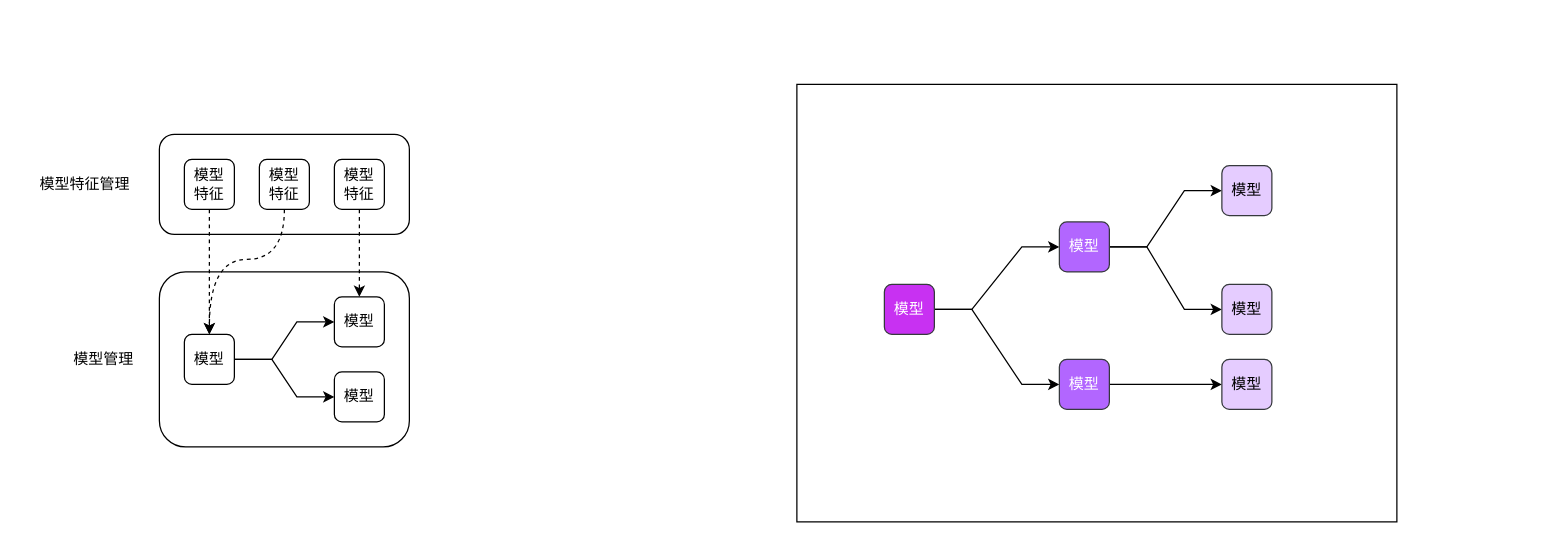
The draw.io diagram 平台架构.drawio in 999V/draw, before the edit. Source tidied: cells renumbered, new cells numbered last; positions are measured from the earlier drawing's top-left corner, leaving out a move shared by most shapes. Both pictures are drawn from the tidied source at 125%, with x=0, y=0 at pixel (21, 84).
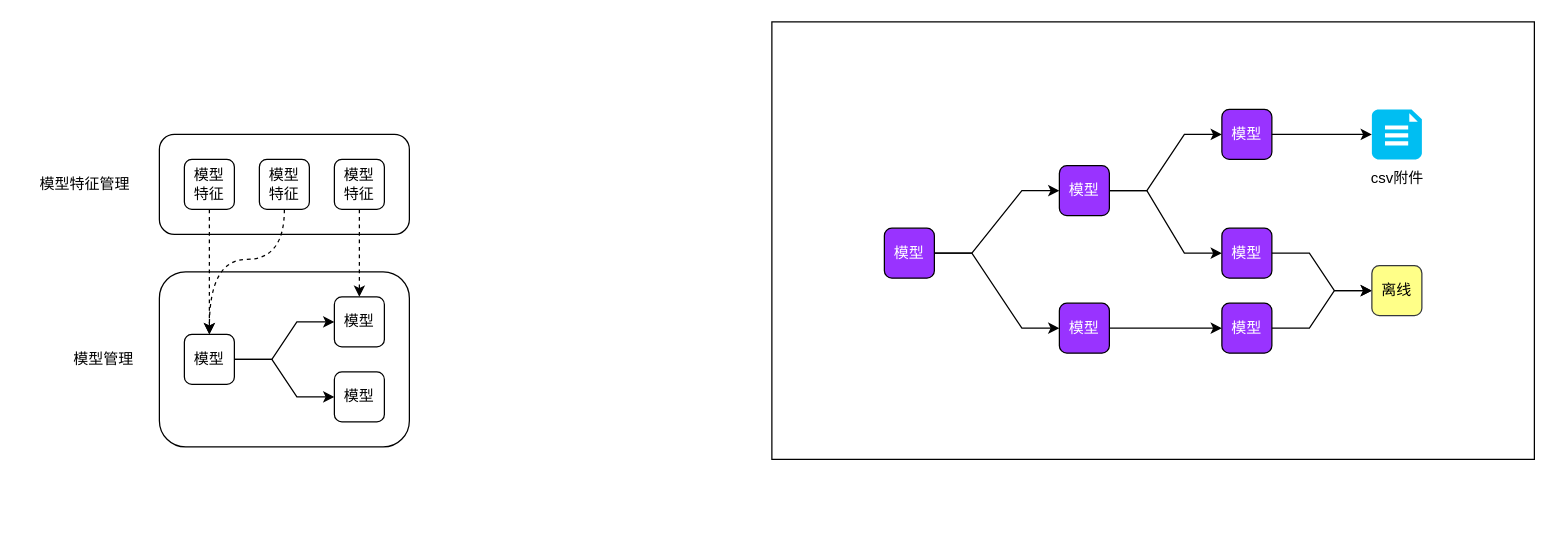
The same page after the edit.

Commit message:
更新平台架构.drawio

Diff of the diagram source:
```diff
@@
     <mxCell id="17" style="rounded=0;whiteSpace=wrap;html=1;" parent="1" vertex="1">
-      <mxGeometry x="620" width="480" height="350" as="geometry" />
+      <mxGeometry x="600" y="-50" width="610" height="350" as="geometry" />
     </mxCell>
-    <mxCell id="18" style="edgeStyle=entityRelationEdgeStyle;rounded=0;jettySize=auto;html=1;exitX=1;exitY=0.5;exitDx=0;exitDy=0;entryX=0;entryY=0.5;entryDx=0;entryDy=0;fontColor=#FFFFFF;" parent="1" edge="1" source="20" target="23">
+    <mxCell id="18" style="edgeStyle=entityRelationEdgeStyle;rounded=0;jettySize=auto;html=1;exitX=1;exitY=0.5;exitDx=0;exitDy=0;entryX=0;entryY=0.5;entryDx=0;entryDy=0;fontColor=#FFFFFF;strokeColor=#000000;" parent="1" edge="1" source="20" target="23">
       <mxGeometry relative="1" as="geometry" />
     </mxCell>
-    <mxCell id="19" style="edgeStyle=entityRelationEdgeStyle;rounded=0;jettySize=auto;html=1;exitX=1;exitY=0.5;exitDx=0;exitDy=0;entryX=0;entryY=0.5;entryDx=0;entryDy=0;fontColor=#FFFFFF;" parent="1" edge="1" source="20" target="25">
+    <mxCell id="19" style="edgeStyle=entityRelationEdgeStyle;rounded=0;jettySize=auto;html=1;exitX=1;exitY=0.5;exitDx=0;exitDy=0;entryX=0;entryY=0.5;entryDx=0;entryDy=0;fontColor=#FFFFFF;strokeColor=#000000;" parent="1" edge="1" source="20" target="25">
       <mxGeometry relative="1" as="geometry" />
     </mxCell>
-    <mxCell id="20" value="模型" style="rounded=1;whiteSpace=wrap;html=1;fillColor=light-dark(#c831f2, #203a00);strokeColor=#36393d;fontColor=#FFFFFF;" parent="1" vertex="1">
-      <mxGeometry x="690" y="160" width="40" height="40" as="geometry" />
+    <mxCell id="20" value="模型" style="rounded=1;whiteSpace=wrap;html=1;fillColor=light-dark(#9933FF,#212100);strokeColor=#000000;fontColor=#FFFFFF;" parent="1" vertex="1">
+      <mxGeometry x="690" y="115" width="40" height="40" as="geometry" />
     </mxCell>
-    <mxCell id="21" style="edgeStyle=entityRelationEdgeStyle;rounded=0;jettySize=auto;html=1;exitX=1;exitY=0.5;exitDx=0;exitDy=0;entryX=0;entryY=0.5;entryDx=0;entryDy=0;fontColor=#FFFFFF;" parent="1" edge="1" source="23" target="26">
+    <mxCell id="21" style="edgeStyle=entityRelationEdgeStyle;rounded=0;jettySize=auto;html=1;exitX=1;exitY=0.5;exitDx=0;exitDy=0;entryX=0;entryY=0.5;entryDx=0;entryDy=0;fontColor=#FFFFFF;strokeColor=#000000;" parent="1" edge="1" source="23" target="26">
       <mxGeometry relative="1" as="geometry" />
     </mxCell>
-    <mxCell id="22" style="edgeStyle=entityRelationEdgeStyle;rounded=0;jettySize=auto;html=1;exitX=1;exitY=0.5;exitDx=0;exitDy=0;entryX=0;entryY=0.5;entryDx=0;entryDy=0;fontColor=#FFFFFF;" parent="1" edge="1" source="23" target="27">
+    <mxCell id="22" style="edgeStyle=entityRelationEdgeStyle;rounded=0;jettySize=auto;html=1;exitX=1;exitY=0.5;exitDx=0;exitDy=0;entryX=0;entryY=0.5;entryDx=0;entryDy=0;fontColor=#FFFFFF;strokeColor=#000000;" parent="1" edge="1" source="23" target="27">
       <mxGeometry relative="1" as="geometry" />
     </mxCell>
-    <mxCell id="23" value="模型" style="rounded=1;whiteSpace=wrap;html=1;fillColor=light-dark(#B266FF,#182E44);strokeColor=#36393d;fontColor=#FFFFFF;" parent="1" vertex="1">
-      <mxGeometry x="830" y="110" width="40" height="40" as="geometry" />
+    <mxCell id="23" value="模型" style="rounded=1;whiteSpace=wrap;html=1;fillColor=light-dark(#9933FF,#212100);strokeColor=#000000;fontColor=#FFFFFF;" parent="1" vertex="1">
+      <mxGeometry x="830" y="65" width="40" height="40" as="geometry" />
     </mxCell>
-    <mxCell id="24" style="edgeStyle=orthogonalEdgeStyle;rounded=0;jettySize=auto;html=1;exitX=1;exitY=0.5;exitDx=0;exitDy=0;fontColor=#FFFFFF;" parent="1" edge="1" source="25" target="28">
+    <mxCell id="24" style="edgeStyle=orthogonalEdgeStyle;rounded=0;jettySize=auto;html=1;exitX=1;exitY=0.5;exitDx=0;exitDy=0;fontColor=#FFFFFF;strokeColor=#000000;" parent="1" edge="1" source="25" target="28">
       <mxGeometry relative="1" as="geometry" />
     </mxCell>
-    <mxCell id="25" value="模型" style="rounded=1;whiteSpace=wrap;html=1;fillColor=light-dark(#B266FF,#182E44);strokeColor=#36393d;fontColor=#FFFFFF;" parent="1" vertex="1">
-      <mxGeometry x="830" y="220" width="40" height="40" as="geometry" />
+    <mxCell id="25" value="模型" style="rounded=1;whiteSpace=wrap;html=1;fillColor=light-dark(#9933FF,#212100);strokeColor=#000000;fontColor=#FFFFFF;" parent="1" vertex="1">
+      <mxGeometry x="830" y="175" width="40" height="40" as="geometry" />
     </mxCell>
-    <mxCell id="26" value="模型" style="rounded=1;whiteSpace=wrap;html=1;fillColor=light-dark(#E5CCFF,#212100);strokeColor=#36393d;fontColor=#000000;" parent="1" vertex="1">
-      <mxGeometry x="960" y="65" width="40" height="40" as="geometry" />
+    <mxCell id="26" value="模型" style="rounded=1;whiteSpace=wrap;html=1;fillColor=light-dark(#9933FF,#212100);strokeColor=#000000;fontColor=#FFFFFF;" parent="1" vertex="1">
+      <mxGeometry x="960" y="20" width="40" height="40" as="geometry" />
     </mxCell>
+    <mxCell id="29" style="edgeStyle=entityRelationEdgeStyle;rounded=0;jettySize=auto;html=1;exitX=1;exitY=0.5;exitDx=0;exitDy=0;entryX=0;entryY=0.5;entryDx=0;entryDy=0;" parent="1" edge="1" source="27" target="31">
+      <mxGeometry relative="1" as="geometry" />
+    </mxCell>
-    <mxCell id="27" value="模型" style="rounded=1;whiteSpace=wrap;html=1;fillColor=light-dark(#E5CCFF,#212100);strokeColor=#36393d;fontColor=#000000;" parent="1" vertex="1">
-      <mxGeometry x="960" y="160" width="40" height="40" as="geometry" />
+    <mxCell id="27" value="模型" style="rounded=1;whiteSpace=wrap;html=1;fillColor=light-dark(#9933FF,#212100);strokeColor=#000000;fontColor=#FFFFFF;" parent="1" vertex="1">
+      <mxGeometry x="960" y="115" width="40" height="40" as="geometry" />
     </mxCell>
+    <mxCell id="30" style="edgeStyle=entityRelationEdgeStyle;rounded=0;jettySize=auto;html=1;exitX=1;exitY=0.5;exitDx=0;exitDy=0;" parent="1" edge="1" source="28" target="31">
+      <mxGeometry relative="1" as="geometry" />
+    </mxCell>
-    <mxCell id="28" value="模型" style="rounded=1;whiteSpace=wrap;html=1;fillColor=light-dark(#E5CCFF,#212100);strokeColor=#36393d;fontColor=#000000;" parent="1" vertex="1">
-      <mxGeometry x="960" y="220" width="40" height="40" as="geometry" />
+    <mxCell id="28" value="模型" style="rounded=1;whiteSpace=wrap;html=1;fillColor=light-dark(#9933FF,#212100);strokeColor=#000000;fontColor=#FFFFFF;" parent="1" vertex="1">
+      <mxGeometry x="960" y="175" width="40" height="40" as="geometry" />
     </mxCell>
+    <mxCell id="31" value="离线" style="rounded=1;whiteSpace=wrap;html=1;fillColor=#ffff88;strokeColor=#36393d;" parent="1" vertex="1">
+      <mxGeometry x="1080" y="145" width="40" height="40" as="geometry" />
+    </mxCell>
+    <mxCell id="32" style="edgeStyle=orthogonalEdgeStyle;rounded=0;jettySize=auto;html=1;exitX=1;exitY=0.5;exitDx=0;exitDy=0;entryX=0;entryY=0.5;entryDx=0;entryDy=0;entryPerimeter=0;" parent="1" edge="1" source="26">
+      <mxGeometry relative="1" as="geometry">
+        <mxPoint x="1080" y="40" as="targetPoint" />
+      </mxGeometry>
+    </mxCell>
+    <mxCell id="33" value="csv附件" style="text;html=1;align=center;verticalAlign=middle;strokeColor=none;fillColor=none;" parent="1" vertex="1">
+      <mxGeometry x="1065" y="60" width="70" height="30" as="geometry" />
+    </mxCell>
+    <mxCell id="34" style="verticalLabelPosition=bottom;html=1;verticalAlign=top;align=center;strokeColor=none;fillColor=#00BEF2;shape=mxgraph.azure.file_2;" parent="1" vertex="1">
+      <mxGeometry x="1080" y="20" width="40" height="40" as="geometry" />
+    </mxCell>
```
